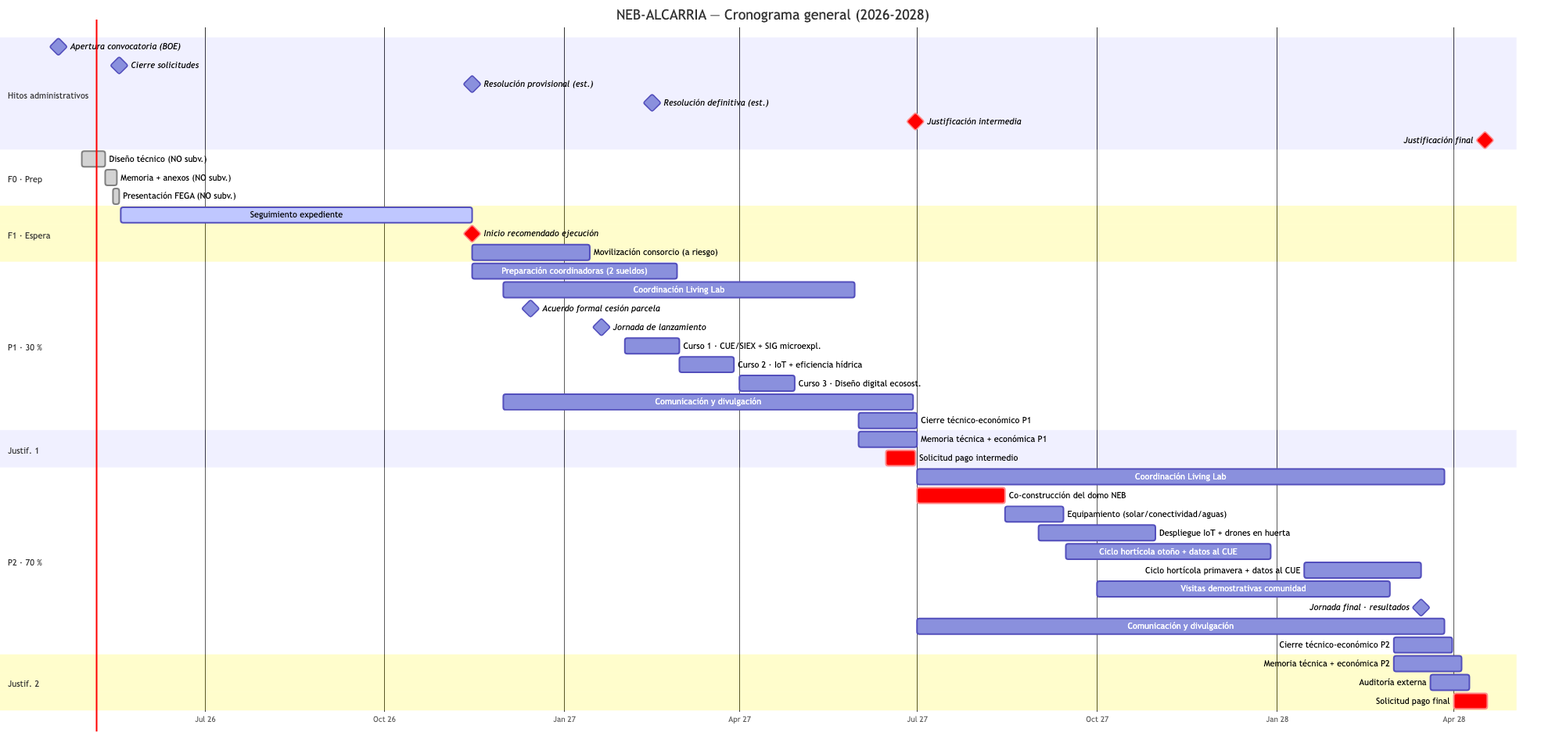
Before: build/NEB-ALCARRIA_img/diagram_01.png, a diagram exported from Mermaid (elgeografo/neb-alcarria). Its source is kept beside it as build/NEB-ALCARRIA_img/diagram_01.mmd. Source of this version:
```mermaid
gantt
    title NEB-ALCARRIA — Cronograma general (2026-2028)
    dateFormat  YYYY-MM-DD
    axisFormat  %b %y
    tickInterval 3month
    weekday monday

    section Hitos administrativos
    Apertura convocatoria (BOE)        :milestone, m1, 2026-04-17, 0d
    Cierre solicitudes                 :milestone, m2, 2026-05-18, 0d
    Resolución provisional (est.)      :milestone, m3, 2026-11-15, 0d
    Resolución definitiva (est.)       :milestone, m4, 2027-02-15, 0d
    Justificación intermedia           :crit, milestone, m5, 2027-06-30, 0d
    Justificación final                :crit, milestone, m6, 2028-04-17, 0d

    section F0 · Prep
    Diseño técnico (NO subv.)          :done, prep1, 2026-04-29, 12d
    Memoria + anexos (NO subv.)        :done, prep2, after prep1, 6d
    Presentación FEGA (NO subv.)       :done, prep3, 2026-05-15, 3d

    section F1 · Espera
    Seguimiento expediente             :active, espera, 2026-05-19, 180d
    Inicio recomendado ejecución       :crit, milestone, mstart, 2026-11-15, 0d
    Movilización consorcio (a riesgo)  :mov, 2026-11-15, 60d

    section P1 · 30 %
    Preparación coordinadoras (2 sueldos) :p1prep, 2026-11-15, 105d
    Coordinación Living Lab              :p1coord, 2026-12-01, 180d
    Acuerdo formal cesión parcela       :milestone, p1ces, 2026-12-15, 0d
    Jornada de lanzamiento              :milestone, p1k, 2027-01-20, 0d
    Curso 1 · CUE/SIEX + SIG microexpl. :p1c1, 2027-02-01, 28d
    Curso 2 · IoT + eficiencia hídrica  :p1c2, 2027-03-01, 28d
    Curso 3 · Diseño digital ecosost.   :p1c3, 2027-04-01, 28d
    Comunicación y divulgación          :p1com, 2026-12-01, 210d
    Cierre técnico-económico P1         :p1cl, 2027-06-01, 30d

    section Justif. 1
    Memoria técnica + económica P1     :j1, 2027-06-01, 30d
    Solicitud pago intermedio          :crit, j1pay, 2027-06-15, 15d

    section P2 · 70 %
    Coordinación Living Lab            :p2coord, 2027-07-01, 270d
    Co-construcción del domo NEB       :crit, p2domo, 2027-07-01, 45d
    Equipamiento (solar/conectividad/aguas) :p2eq, 2027-08-15, 30d
    Despliegue IoT + drones en huerta  :p2iot, 2027-09-01, 60d
    Ciclo hortícola otoño + datos al CUE :p2cult1, 2027-09-15, 105d
    Ciclo hortícola primavera + datos al CUE :p2cult2, 2028-01-15, 60d
    Visitas demostrativas comunidad    :p2vis, 2027-10-01, 150d
    Jornada final · resultados         :milestone, p2jf, 2028-03-15, 0d
    Comunicación y divulgación         :p2com, 2027-07-01, 270d
    Cierre técnico-económico P2        :p2cl, 2028-03-01, 30d

    section Justif. 2
    Memoria técnica + económica P2     :j2, 2028-03-01, 35d
    Auditoría externa                  :j2aud, 2028-03-20, 20d
    Solicitud pago final               :crit, j2pay, 2028-04-01, 17d
```
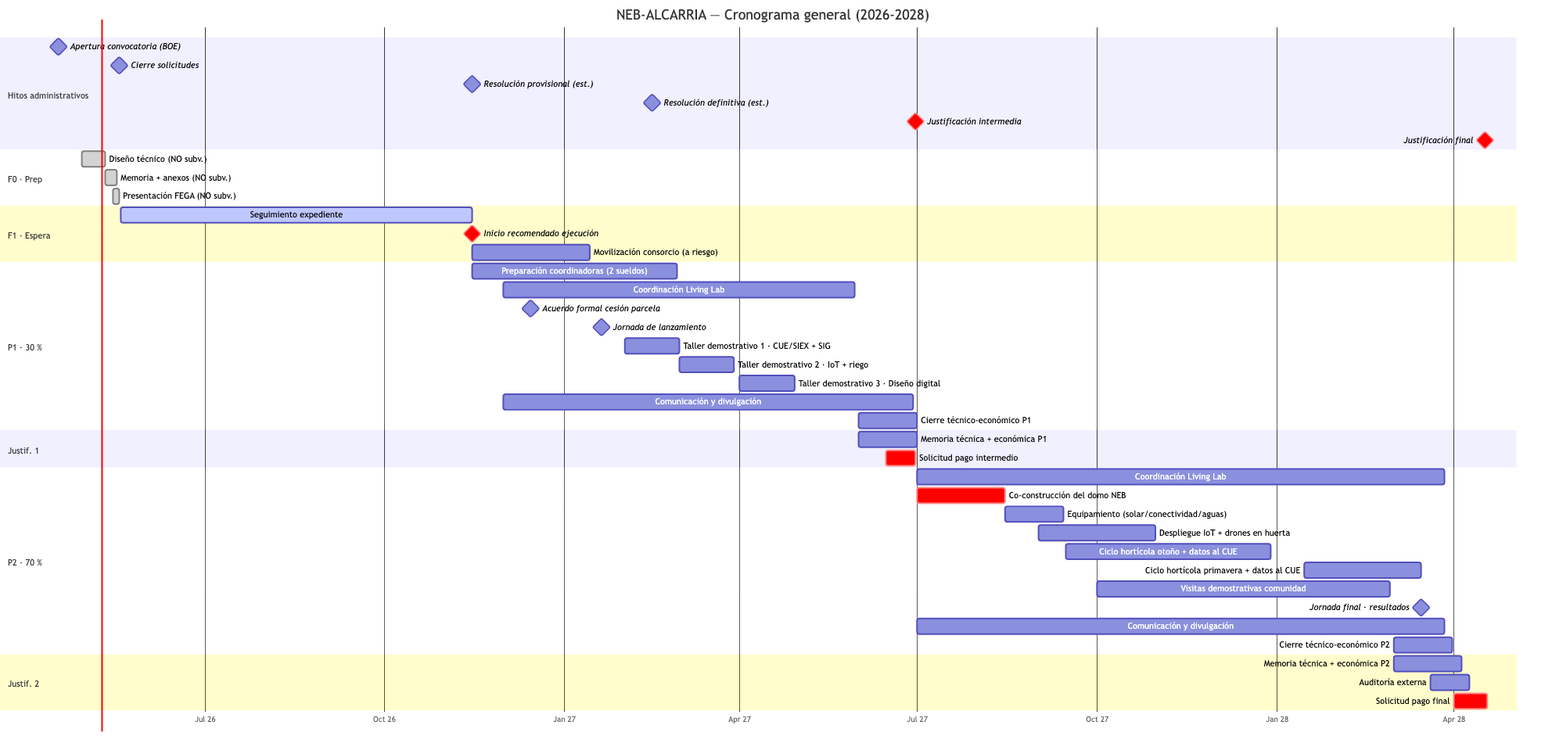
The same file after the commit.

The edit, as a diff of the source:
```diff
@@ -28,9 +28,9 @@
     Coordinación Living Lab              :p1coord, 2026-12-01, 180d
     Acuerdo formal cesión parcela       :milestone, p1ces, 2026-12-15, 0d
     Jornada de lanzamiento              :milestone, p1k, 2027-01-20, 0d
-    Curso 1 · CUE/SIEX + SIG microexpl. :p1c1, 2027-02-01, 28d
-    Curso 2 · IoT + eficiencia hídrica  :p1c2, 2027-03-01, 28d
-    Curso 3 · Diseño digital ecosost.   :p1c3, 2027-04-01, 28d
+    Taller demostrativo 1 · CUE/SIEX + SIG :p1c1, 2027-02-01, 28d
+    Taller demostrativo 2 · IoT + riego    :p1c2, 2027-03-01, 28d
+    Taller demostrativo 3 · Diseño digital :p1c3, 2027-04-01, 28d
     Comunicación y divulgación          :p1com, 2026-12-01, 210d
     Cierre técnico-económico P1         :p1cl, 2027-06-01, 30d
 
```
